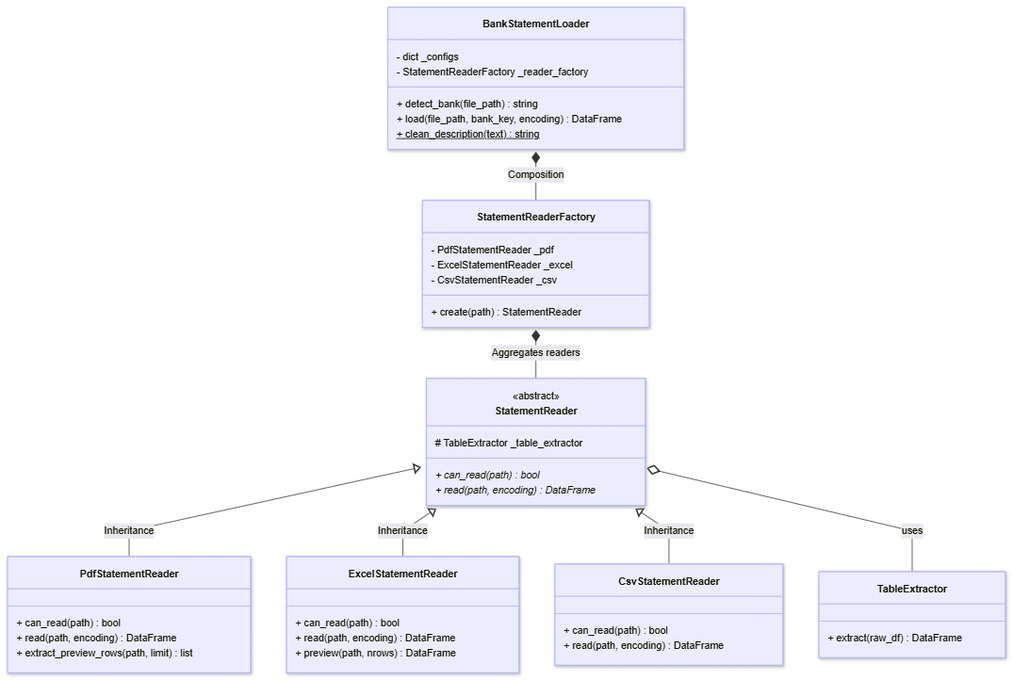
Earlier version of the Mermaid export UML/Png_Files/01_ingestion_system.png (VahagMardyan/Bank_Statement_Analyser). Its source is kept beside it as UML/Mmd_Files/01_ingestion_system.mmd.
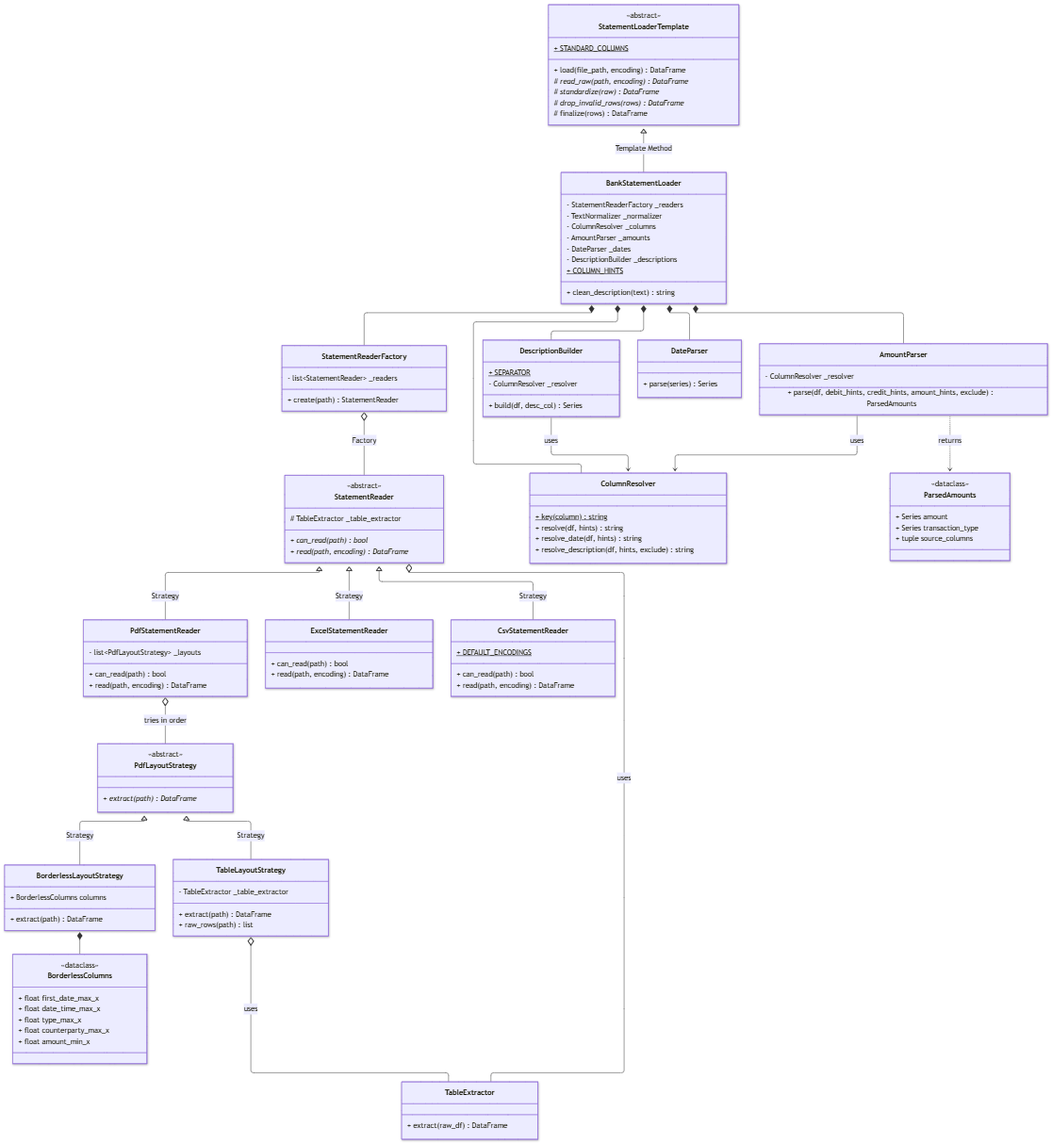
The same file after the commit.

The edit, as a diff of the source:
```diff
@@ -1,4 +1,61 @@
 classDiagram
+    direction TB
+
+    class StatementLoaderTemplate {
+        <<abstract>>
+        + STANDARD_COLUMNS$
+        + load(file_path, encoding) DataFrame
+        # read_raw(path, encoding)* DataFrame
+        # standardize(raw)* DataFrame
+        # drop_invalid_rows(rows)* DataFrame
+        # finalize(rows) DataFrame
+    }
+
+    class BankStatementLoader {
+        - StatementReaderFactory _readers
+        - TextNormalizer _normalizer
+        - ColumnResolver _columns
+        - AmountParser _amounts
+        - DateParser _dates
+        - DescriptionBuilder _descriptions
+        + COLUMN_HINTS$
+        + clean_description(text) string
+    }
+
+    class ColumnResolver {
+        + key(column)$ string
+        + resolve(df, hints) string
+        + resolve_date(df, hints) string
+        + resolve_description(df, hints, exclude) string
+    }
+
+    class AmountParser {
+        - ColumnResolver _resolver
+        + parse(df, debit_hints, credit_hints, amount_hints, exclude) ParsedAmounts
+    }
+
+    class ParsedAmounts {
+        <<dataclass>>
+        + Series amount
+        + Series transaction_type
+        + tuple source_columns
+    }
+
+    class DateParser {
+        + parse(series) Series
+    }
+
+    class DescriptionBuilder {
+        + SEPARATOR$
+        - ColumnResolver _resolver
+        + build(df, desc_col) Series
+    }
+
+    class StatementReaderFactory {
+        - list~StatementReader~ _readers
+        + create(path) StatementReader
+    }
+
     class StatementReader {
         <<abstract>>
         # TableExtractor _table_extractor
@@ -7,18 +64,18 @@
     }
 
     class PdfStatementReader {
+        - list~PdfLayoutStrategy~ _layouts
         + can_read(path) bool
         + read(path, encoding) DataFrame
-        + extract_preview_rows(path, limit) list
     }
 
     class ExcelStatementReader {
         + can_read(path) bool
         + read(path, encoding) DataFrame
-        + preview(path, nrows) DataFrame
     }
 
     class CsvStatementReader {
+        + DEFAULT_ENCODINGS$
         + can_read(path) bool
         + read(path, encoding) DataFrame
     }
@@ -27,25 +84,49 @@
         + extract(raw_df) DataFrame
     }
 
-    class StatementReaderFactory {
-        - PdfStatementReader _pdf
-        - ExcelStatementReader _excel
-        - CsvStatementReader _csv
-        + create(path) StatementReader
+    class PdfLayoutStrategy {
+        <<abstract>>
+        + extract(path)* DataFrame
     }
 
-    class BankStatementLoader {
-        - dict _configs
-        - StatementReaderFactory _reader_factory
-        + detect_bank(file_path) string
-        + load(file_path, bank_key, encoding) DataFrame
-        + clean_description(text)$ string
+    class BorderlessLayoutStrategy {
+        + BorderlessColumns columns
+        + extract(path) DataFrame
     }
 
-    StatementReader <|-- PdfStatementReader : Inheritance
-    StatementReader <|-- ExcelStatementReader : Inheritance
-    StatementReader <|-- CsvStatementReader : Inheritance
+    class TableLayoutStrategy {
+        - TableExtractor _table_extractor
+        + extract(path) DataFrame
+        + raw_rows(path) list
+    }
 
+    class BorderlessColumns {
+        <<dataclass>>
+        + float first_date_max_x
+        + float date_time_max_x
+        + float type_max_x
+        + float counterparty_max_x
+        + float amount_min_x
+    }
+
+    StatementLoaderTemplate <|-- BankStatementLoader : Template Method
+    BankStatementLoader *-- StatementReaderFactory
+    BankStatementLoader *-- ColumnResolver
+    BankStatementLoader *-- AmountParser
+    BankStatementLoader *-- DateParser
+    BankStatementLoader *-- DescriptionBuilder
+    AmountParser --> ColumnResolver : uses
+    DescriptionBuilder --> ColumnResolver : uses
+    AmountParser ..> ParsedAmounts : returns
+
+    StatementReaderFactory o-- StatementReader : Factory
+    StatementReader <|-- PdfStatementReader : Strategy
+    StatementReader <|-- ExcelStatementReader : Strategy
+    StatementReader <|-- CsvStatementReader : Strategy
     StatementReader o-- TableExtractor : uses
-    StatementReaderFactory *-- StatementReader : Aggregates readers
-    BankStatementLoader *-- StatementReaderFactory : Composition
+
+    PdfStatementReader o-- PdfLayoutStrategy : tries in order
+    PdfLayoutStrategy <|-- BorderlessLayoutStrategy : Strategy
+    PdfLayoutStrategy <|-- TableLayoutStrategy : Strategy
+    BorderlessLayoutStrategy *-- BorderlessColumns
+    TableLayoutStrategy o-- TableExtractor : uses
```
